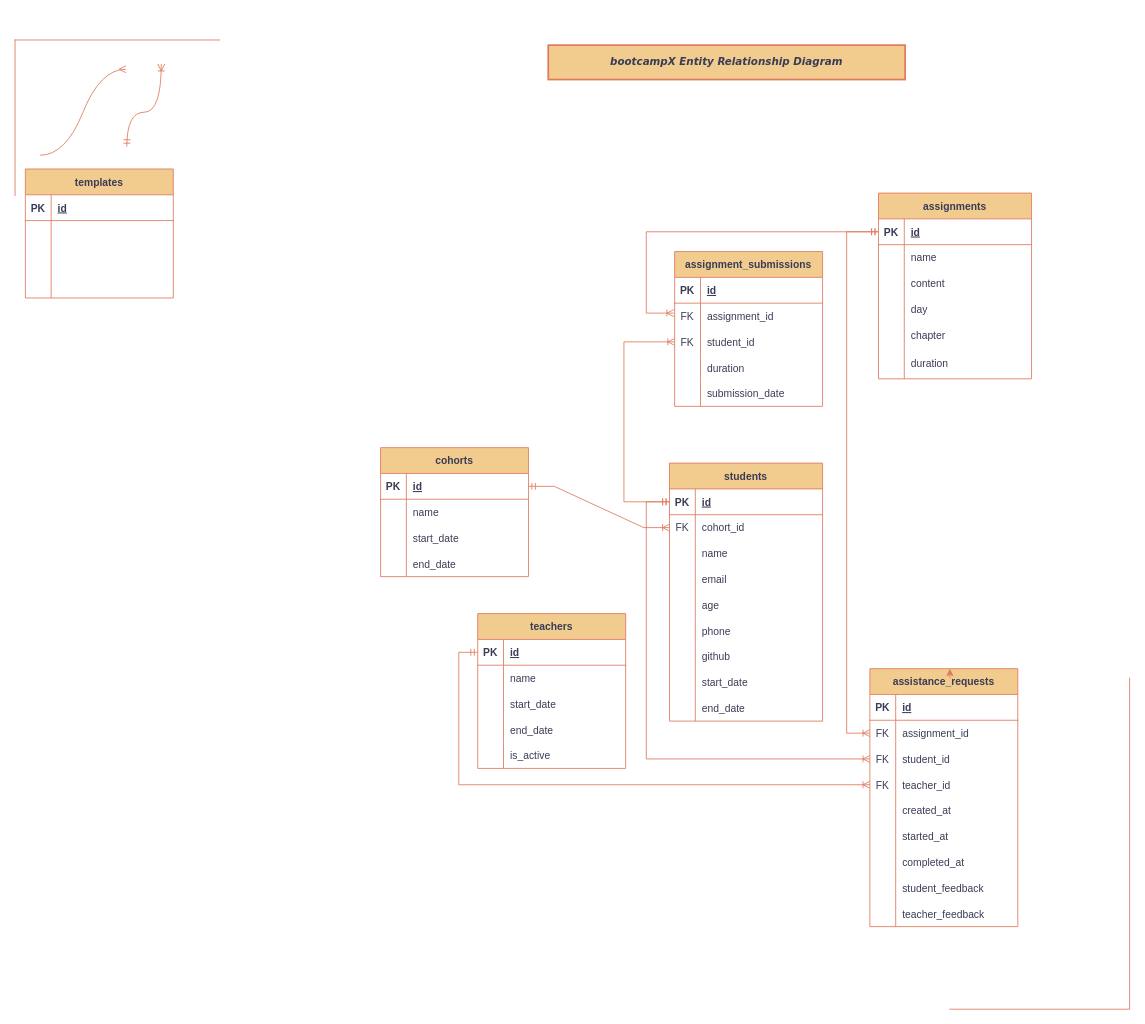
The draw.io diagram bootcampXErd.drawio in sachieko/bootcampX, before the edit. Source tidied: cells renumbered, new cells numbered last; positions are measured from the earlier drawing's top-left corner, leaving out a move shared by most shapes. Both pictures are drawn from the tidied source at 86%, with x=0, y=0 at pixel (15, 40).
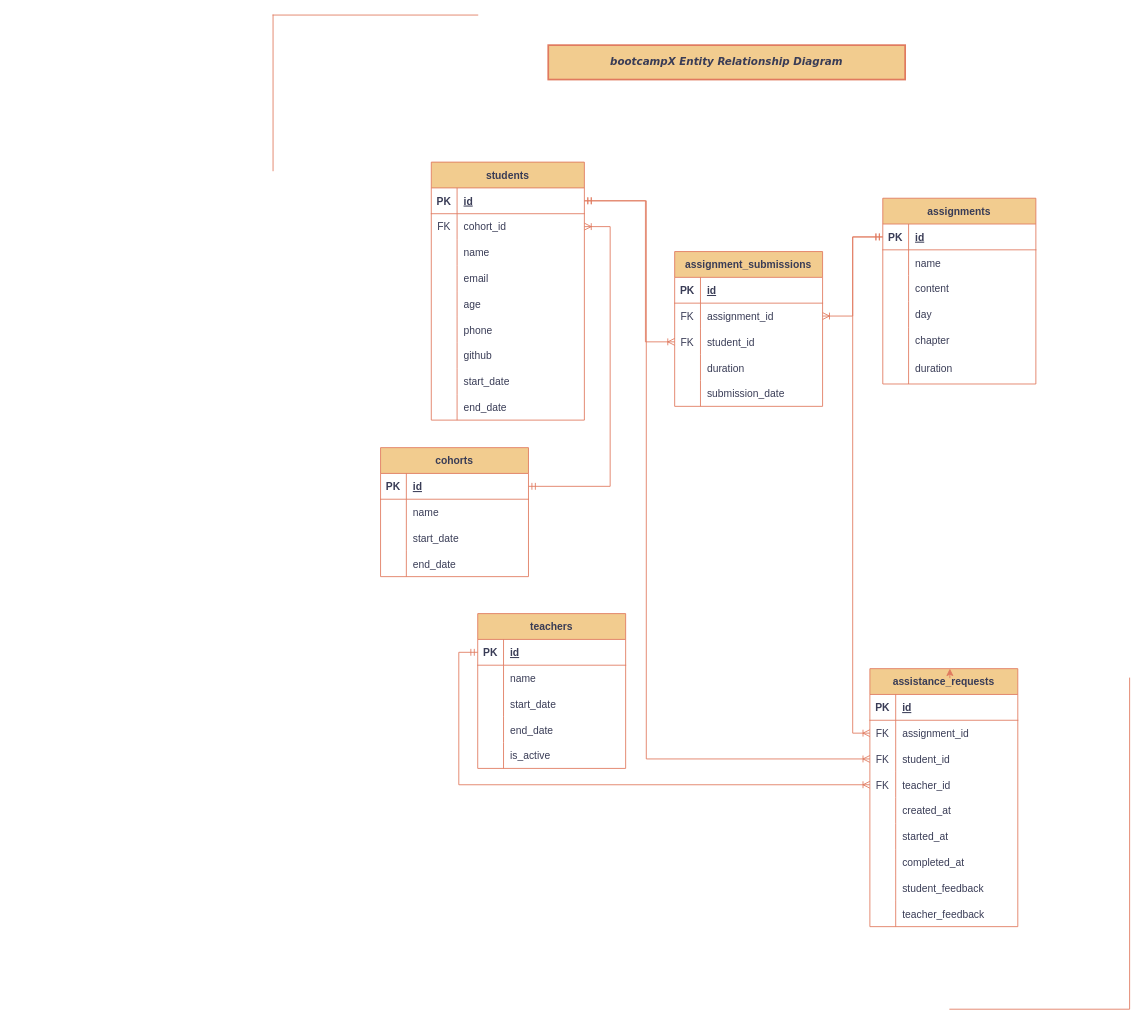
The same diagram, later.

Unchanged cells that the change refers to:
```xml
<mxCell id="16" style="shape=tableRow;horizontal=0;startSize=0;swimlaneHead=0;swimlaneBody=0;fillColor=none;points=[[0,0.5],[1,0.5]];portConstraint=eastwest;top=0;left=0;right=0;bottom=1;strokeColor=#E07A5F;fontColor=#393C56;" parent="15" vertex="1">
  <mxGeometry y="30" width="178" height="30" as="geometry" />
</mxCell>
<mxCell id="48" style="shape=tableRow;horizontal=0;startSize=0;swimlaneHead=0;swimlaneBody=0;fillColor=none;points=[[0,0.5],[1,0.5]];portConstraint=eastwest;top=0;left=0;right=0;bottom=1;strokeColor=#E07A5F;fontColor=#393C56;" parent="47" vertex="1">
  <mxGeometry y="30" width="178" height="30" as="geometry" />
</mxCell>
<mxCell id="79" style="shape=tableRow;horizontal=0;startSize=0;swimlaneHead=0;swimlaneBody=0;fillColor=none;points=[[0,0.5],[1,0.5]];portConstraint=eastwest;top=0;left=0;right=0;bottom=0;strokeColor=#E07A5F;fontColor=#393C56;" parent="75" vertex="1">
  <mxGeometry y="60" width="172" height="30" as="geometry" />
</mxCell>
<mxCell id="82" style="shape=tableRow;horizontal=0;startSize=0;swimlaneHead=0;swimlaneBody=0;fillColor=none;points=[[0,0.5],[1,0.5]];portConstraint=eastwest;top=0;left=0;right=0;bottom=0;strokeColor=#E07A5F;fontColor=#393C56;" parent="75" vertex="1">
  <mxGeometry y="90" width="172" height="30" as="geometry" />
</mxCell>
<mxCell id="115" style="shape=tableRow;horizontal=0;startSize=0;swimlaneHead=0;swimlaneBody=0;fillColor=none;points=[[0,0.5],[1,0.5]];portConstraint=eastwest;top=0;left=0;right=0;bottom=0;strokeColor=#E07A5F;fontColor=#393C56;" parent="111" vertex="1">
  <mxGeometry y="60" width="172" height="30" as="geometry" />
</mxCell>
<mxCell id="118" style="shape=tableRow;horizontal=0;startSize=0;swimlaneHead=0;swimlaneBody=0;fillColor=none;points=[[0,0.5],[1,0.5]];portConstraint=eastwest;top=0;left=0;right=0;bottom=0;strokeColor=#E07A5F;fontColor=#393C56;" parent="111" vertex="1">
  <mxGeometry y="90" width="172" height="30" as="geometry" />
</mxCell>
```

What changed in the source:
```diff
@@
-    <mxCell id="2" value="templates" style="shape=table;startSize=30;childLayout=tableLayout;rowLines=0;fontStyle=1;align=center;fillColor=#F2CC8F;strokeColor=#E07A5F;fontColor=#393C56;" parent="1" vertex="1">
-      <mxGeometry x="12" y="150" width="172" height="150" as="geometry" />
-    </mxCell>
-    <mxCell id="3" style="shape=tableRow;horizontal=0;startSize=0;swimlaneHead=0;swimlaneBody=0;fillColor=none;top=0;left=0;right=0;bottom=1;strokeColor=#E07A5F;fontColor=#393C56;" parent="2" vertex="1">
-      <mxGeometry y="30" width="172" height="30" as="geometry" />
-    </mxCell>
-    <mxCell id="4" value="PK" style="shape=partialRectangle;fillColor=none;top=0;left=0;bottom=0;right=0;fontStyle=1;overflow=hidden;strokeColor=#E07A5F;fontColor=#393C56;" parent="3" vertex="1">
-      <mxGeometry width="30" height="30" as="geometry" />
-    </mxCell>
-    <mxCell id="5" value="id" style="shape=partialRectangle;fillColor=none;top=0;left=0;bottom=0;right=0;align=left;spacingLeft=6;fontStyle=5;overflow=hidden;strokeColor=#E07A5F;fontColor=#393C56;" parent="3" vertex="1">
-      <mxGeometry x="30" width="142" height="30" as="geometry" />
-    </mxCell>
-    <mxCell id="6" style="shape=tableRow;horizontal=0;startSize=0;swimlaneHead=0;swimlaneBody=0;fillColor=none;top=0;left=0;right=0;bottom=0;strokeColor=#E07A5F;fontColor=#393C56;" parent="2" vertex="1">
-      <mxGeometry y="60" width="172" height="30" as="geometry" />
-    </mxCell>
-    <mxCell id="7" style="shape=partialRectangle;fillColor=none;top=0;left=0;bottom=0;right=0;overflow=hidden;strokeColor=#E07A5F;fontColor=#393C56;" parent="6" vertex="1">
-      <mxGeometry width="30" height="30" as="geometry" />
-    </mxCell>
-    <mxCell id="8" style="shape=partialRectangle;fillColor=none;top=0;left=0;bottom=0;right=0;align=left;spacingLeft=6;overflow=hidden;strokeColor=#E07A5F;fontColor=#393C56;" parent="6" vertex="1">
-      <mxGeometry x="30" width="142" height="30" as="geometry" />
-    </mxCell>
-    <mxCell id="9" style="shape=tableRow;horizontal=0;startSize=0;swimlaneHead=0;swimlaneBody=0;fillColor=none;top=0;left=0;right=0;bottom=0;strokeColor=#E07A5F;fontColor=#393C56;" parent="2" vertex="1">
-      <mxGeometry y="90" width="172" height="30" as="geometry" />
-    </mxCell>
-    <mxCell id="10" style="shape=partialRectangle;fillColor=none;top=0;left=0;bottom=0;right=0;overflow=hidden;strokeColor=#E07A5F;fontColor=#393C56;" parent="9" vertex="1">
-      <mxGeometry width="30" height="30" as="geometry" />
-    </mxCell>
-    <mxCell id="11" style="shape=partialRectangle;fillColor=none;top=0;left=0;bottom=0;right=0;align=left;spacingLeft=6;overflow=hidden;strokeColor=#E07A5F;fontColor=#393C56;" parent="9" vertex="1">
-      <mxGeometry x="30" width="142" height="30" as="geometry" />
-    </mxCell>
-    <mxCell id="12" style="shape=tableRow;horizontal=0;startSize=0;swimlaneHead=0;swimlaneBody=0;fillColor=none;top=0;left=0;right=0;bottom=0;strokeColor=#E07A5F;fontColor=#393C56;" parent="2" vertex="1">
-      <mxGeometry y="120" width="172" height="30" as="geometry" />
-    </mxCell>
-    <mxCell id="13" style="shape=partialRectangle;fillColor=none;top=0;left=0;bottom=0;right=0;overflow=hidden;strokeColor=#E07A5F;fontColor=#393C56;" parent="12" vertex="1">
-      <mxGeometry width="30" height="30" as="geometry" />
-    </mxCell>
-    <mxCell id="14" style="shape=partialRectangle;fillColor=none;top=0;left=0;bottom=0;right=0;align=left;spacingLeft=6;overflow=hidden;strokeColor=#E07A5F;fontColor=#393C56;" parent="12" vertex="1">
-      <mxGeometry x="30" width="142" height="30" as="geometry" />
-    </mxCell>
     <mxCell id="15" value="assignments" style="shape=table;startSize=30;childLayout=tableLayout;rowLines=0;fontStyle=1;align=center;fillColor=#F2CC8F;strokeColor=#E07A5F;fontColor=#393C56;" parent="1" vertex="1">
-      <mxGeometry x="1004" y="178" width="178" height="216" as="geometry" />
+      <mxGeometry x="1009" y="184" width="178" height="216" as="geometry" />
     </mxCell>
@@
     <mxCell id="47" value="students" style="shape=table;startSize=30;childLayout=tableLayout;rowLines=0;fontStyle=1;align=center;fillColor=#F2CC8F;strokeColor=#E07A5F;fontColor=#393C56;" parent="1" vertex="1">
-      <mxGeometry x="761" y="492" width="178" height="300" as="geometry" />
+      <mxGeometry x="484" y="142" width="178" height="300" as="geometry" />
     </mxCell>
@@
-    <mxCell id="92" style="edgeStyle=elbowEdgeStyle;fontSize=12;html=1;endArrow=ERoneToMany;startArrow=ERmandOne;rounded=0;exitX=0;exitY=0.5;exitDx=0;exitDy=0;entryX=-0.006;entryY=0.386;entryDx=0;entryDy=0;entryPerimeter=0;elbow=vertical;labelBackgroundColor=#F4F1DE;strokeColor=#E07A5F;fontColor=#393C56;" parent="1" edge="1" source="16" target="79">
-      <mxGeometry relative="1" as="geometry">
-        <Array as="points">
-          <mxPoint x="734" y="253" />
-          <mxPoint x="827" y="226" />
-          <mxPoint x="858" y="238" />
-          <mxPoint x="740" y="251" />
-          <mxPoint x="742" y="240" />
-          <mxPoint x="869" y="224" />
-          <mxPoint x="741" y="279" />
-          <mxPoint x="879" y="220" />
-        </Array>
-      </mxGeometry>
+    <mxCell id="92" style="edgeStyle=elbowEdgeStyle;fontSize=12;html=1;endArrow=ERoneToMany;startArrow=ERmandOne;rounded=0;exitX=0;exitY=0.5;exitDx=0;exitDy=0;entryX=1;entryY=0.5;entryDx=0;entryDy=0;labelBackgroundColor=#F4F1DE;strokeColor=#E07A5F;fontColor=#393C56;" parent="1" edge="1" source="16" target="79">
+      <mxGeometry relative="1" as="geometry" />
     </mxCell>
-    <mxCell id="93" style="edgeStyle=elbowEdgeStyle;fontSize=12;html=1;endArrow=ERoneToMany;startArrow=ERmandOne;rounded=0;entryX=0;entryY=0.5;entryDx=0;entryDy=0;exitX=0;exitY=0.5;exitDx=0;exitDy=0;elbow=vertical;labelBackgroundColor=#F4F1DE;strokeColor=#E07A5F;fontColor=#393C56;" parent="1" edge="1" source="48" target="82">
+    <mxCell id="93" style="edgeStyle=elbowEdgeStyle;fontSize=12;html=1;endArrow=ERoneToMany;startArrow=ERmandOne;rounded=0;entryX=0;entryY=0.5;entryDx=0;entryDy=0;labelBackgroundColor=#F4F1DE;strokeColor=#E07A5F;fontColor=#393C56;exitX=1;exitY=0.5;exitDx=0;exitDy=0;" parent="1" edge="1" source="48" target="82">
       <mxGeometry relative="1" as="geometry">
         <Array as="points">
-          <mxPoint x="708" y="444" />
+          <mxPoint x="733" y="271" />
+          <mxPoint x="617" y="278" />
         </Array>
       </mxGeometry>
     </mxCell>
-    <mxCell id="94" style="edgeStyle=orthogonalEdgeStyle;fontSize=12;html=1;endArrow=ERoneToMany;startArrow=ERmandOne;rounded=0;curved=1;labelBackgroundColor=#F4F1DE;strokeColor=#E07A5F;fontColor=#393C56;" parent="1" edge="1">
-      <mxGeometry relative="1" as="geometry">
-        <mxPoint x="130" y="124" as="sourcePoint" />
-        <mxPoint x="170" y="28" as="targetPoint" />
-        <Array as="points">
-          <mxPoint x="130" y="84" />
-          <mxPoint x="170" y="84" />
-        </Array>
-      </mxGeometry>
-    </mxCell>
@@
-    <mxCell id="140" style="edgeStyle=elbowEdgeStyle;fontSize=12;html=1;endArrow=ERoneToMany;startArrow=ERmandOne;rounded=0;entryX=0;entryY=0.5;entryDx=0;entryDy=0;exitX=0;exitY=0.5;exitDx=0;exitDy=0;labelBackgroundColor=#F4F1DE;strokeColor=#E07A5F;fontColor=#393C56;" parent="1" edge="1" source="48" target="118">
+    <mxCell id="140" style="edgeStyle=elbowEdgeStyle;fontSize=12;html=1;endArrow=ERoneToMany;startArrow=ERmandOne;rounded=0;entryX=0;entryY=0.5;entryDx=0;entryDy=0;labelBackgroundColor=#F4F1DE;strokeColor=#E07A5F;fontColor=#393C56;exitX=1;exitY=0.5;exitDx=0;exitDy=0;" parent="1" edge="1" source="48" target="118">
       <mxGeometry relative="1" as="geometry">
         <Array as="points">
           <mxPoint x="734" y="675" />
         </Array>
       </mxGeometry>
     </mxCell>
     <mxCell id="141" style="edgeStyle=elbowEdgeStyle;fontSize=12;html=1;endArrow=ERoneToMany;startArrow=ERmandOne;rounded=0;exitX=0;exitY=0.5;exitDx=0;exitDy=0;entryX=0;entryY=0.5;entryDx=0;entryDy=0;labelBackgroundColor=#F4F1DE;strokeColor=#E07A5F;fontColor=#393C56;" parent="1" edge="1" source="16" target="115">
       <mxGeometry relative="1" as="geometry">
         <Array as="points">
-          <mxPoint x="967" y="546" />
+          <mxPoint x="974" y="516" />
         </Array>
       </mxGeometry>
     </mxCell>
-    <mxCell id="142" style="edgeStyle=entityRelationEdgeStyle;fontSize=12;html=1;endArrow=ERmany;rounded=0;curved=1;labelBackgroundColor=#F4F1DE;strokeColor=#E07A5F;fontColor=#393C56;" parent="1" edge="1">
-      <mxGeometry relative="1" as="geometry">
-        <mxPoint x="29" y="134" as="sourcePoint" />
-        <mxPoint x="129" y="34" as="targetPoint" />
-      </mxGeometry>
-    </mxCell>
@@
     <mxCell id="144" style="shape=partialRectangle;whiteSpace=wrap;html=1;bottom=0;right=0;fillColor=none;strokeColor=#E07A5F;fontColor=#393C56;" parent="1" vertex="1">
-      <mxGeometry width="238" height="181" as="geometry" />
+      <mxGeometry x="300" y="-29" width="238" height="181" as="geometry" />
     </mxCell>
```
